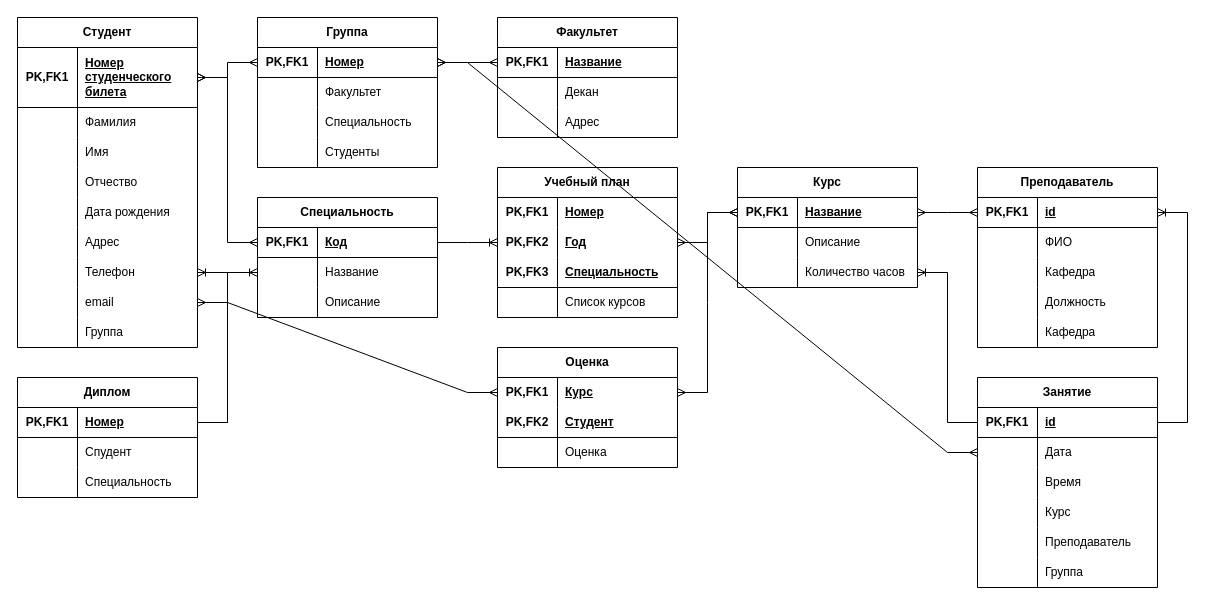
This is up.drawio from minikarha/hueta, a draw.io file, before an edit. Source tidied: cells renumbered, new cells numbered last; positions are measured from the earlier drawing's top-left corner, leaving out a move shared by most shapes. Both pictures are drawn from the tidied source at 100%, with x=0, y=0 at pixel (17, 17).
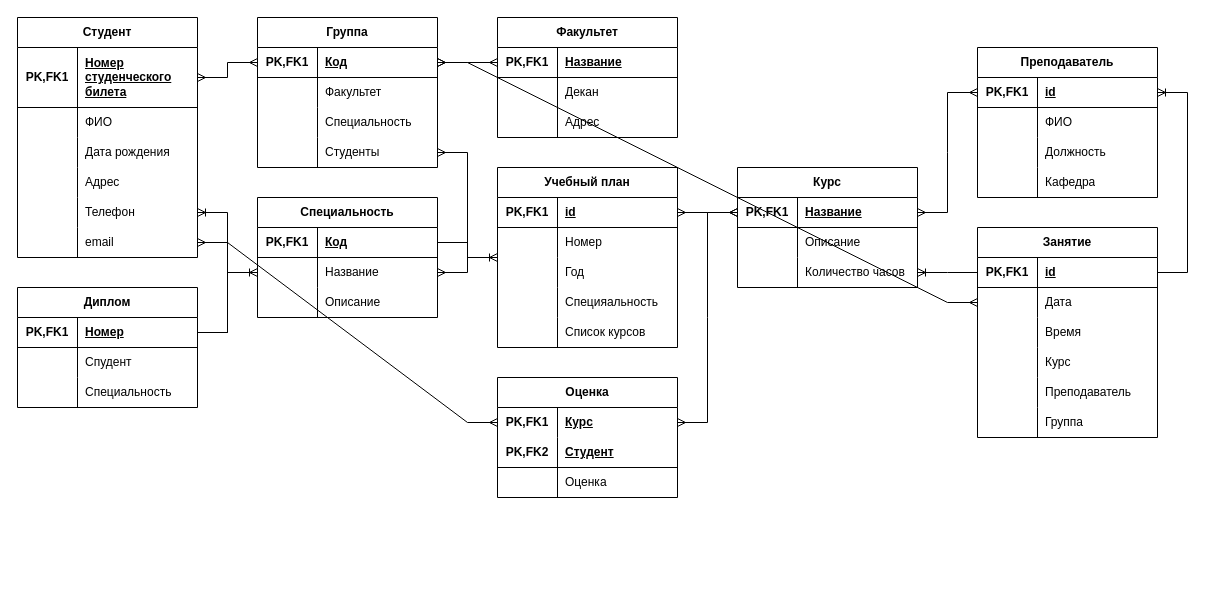
The same page after the edit.

Unchanged cells that the change refers to:
```xml
<mxCell id="3" style="shape=tableRow;horizontal=0;startSize=0;swimlaneHead=0;swimlaneBody=0;fillColor=none;points=[[0,0.5],[1,0.5]];portConstraint=eastwest;top=0;left=0;right=0;bottom=1;html=1;" parent="2" vertex="1">
  <mxGeometry y="30" width="180" height="60" as="geometry" />
</mxCell>
<mxCell id="6" style="shape=tableRow;horizontal=0;startSize=0;swimlaneHead=0;swimlaneBody=0;fillColor=none;top=0;left=0;right=0;bottom=0;html=1;" parent="2" vertex="1">
  <mxGeometry y="90" width="180" height="30" as="geometry" />
</mxCell>
<mxCell id="41" style="shape=tableRow;horizontal=0;startSize=0;swimlaneHead=0;swimlaneBody=0;fillColor=none;points=[[0,0.5],[1,0.5]];portConstraint=eastwest;top=0;left=0;right=0;bottom=1;html=1;" parent="40" vertex="1">
  <mxGeometry y="30" width="180" height="30" as="geometry" />
</mxCell>
<mxCell id="44" style="shape=tableRow;horizontal=0;startSize=0;swimlaneHead=0;swimlaneBody=0;fillColor=none;points=[[0,0.5],[1,0.5]];portConstraint=eastwest;top=0;left=0;right=0;bottom=0;html=1;" parent="40" vertex="1">
  <mxGeometry y="60" width="180" height="30" as="geometry" />
</mxCell>
<mxCell id="51" style="shape=tableRow;horizontal=0;startSize=0;swimlaneHead=0;swimlaneBody=0;fillColor=none;points=[[0,0.5],[1,0.5]];portConstraint=eastwest;top=0;left=0;right=0;bottom=1;html=1;" parent="50" vertex="1">
  <mxGeometry y="30" width="180" height="30" as="geometry" />
</mxCell>
<mxCell id="139" style="shape=tableRow;horizontal=0;startSize=0;swimlaneHead=0;swimlaneBody=0;fillColor=none;points=[[0,0.5],[1,0.5]];portConstraint=eastwest;top=0;left=0;right=0;bottom=1;html=1;" parent="138" vertex="1">
  <mxGeometry y="30" width="180" height="30" as="geometry" />
</mxCell>
<mxCell id="148" style="shape=tableRow;horizontal=0;startSize=0;swimlaneHead=0;swimlaneBody=0;fillColor=none;points=[[0,0.5],[1,0.5]];portConstraint=eastwest;top=0;left=0;right=0;bottom=0;html=1;" parent="138" vertex="1">
  <mxGeometry y="120" width="180" height="30" as="geometry" />
</mxCell>
```

Change to the diagram source:
```diff
@@
     <mxCell id="2" value="Студент" style="shape=table;startSize=30;childLayout=tableLayout;rowLines=0;fontStyle=1;align=center;html=1;whiteSpace=wrap;" parent="1" vertex="1">
-      <mxGeometry width="180" height="330" as="geometry" />
+      <mxGeometry width="180" height="240" as="geometry" />
     </mxCell>
@@
-    <mxCell id="8" value="Фамилия" style="shape=partialRectangle;fillColor=none;top=0;left=0;bottom=0;right=0;align=left;spacingLeft=6;overflow=hidden;html=1;whiteSpace=wrap;" parent="6" vertex="1">
+    <mxCell id="8" value="ФИО" style="shape=partialRectangle;fillColor=none;top=0;left=0;bottom=0;right=0;align=left;spacingLeft=6;overflow=hidden;html=1;whiteSpace=wrap;" parent="6" vertex="1">
       <mxGeometry x="60" width="120" height="30" as="geometry" />
     </mxCell>
-    <mxCell id="9" style="shape=tableRow;horizontal=0;startSize=0;swimlaneHead=0;swimlaneBody=0;fillColor=none;top=0;left=0;right=0;bottom=0;html=1;" parent="2" vertex="1">
-      <mxGeometry y="120" width="180" height="30" as="geometry" />
-    </mxCell>
-    <mxCell id="10" style="shape=partialRectangle;fillColor=none;top=0;left=0;bottom=0;right=0;overflow=hidden;html=1;whiteSpace=wrap;" parent="9" vertex="1">
-      <mxGeometry width="60" height="30" as="geometry" />
-    </mxCell>
-    <mxCell id="11" value="Имя" style="shape=partialRectangle;fillColor=none;top=0;left=0;bottom=0;right=0;align=left;spacingLeft=6;overflow=hidden;html=1;whiteSpace=wrap;" parent="9" vertex="1">
-      <mxGeometry x="60" width="120" height="30" as="geometry" />
-    </mxCell>
-    <mxCell id="12" style="shape=tableRow;horizontal=0;startSize=0;swimlaneHead=0;swimlaneBody=0;fillColor=none;top=0;left=0;right=0;bottom=0;html=1;" parent="2" vertex="1">
-      <mxGeometry y="150" width="180" height="30" as="geometry" />
-    </mxCell>
-    <mxCell id="13" style="shape=partialRectangle;fillColor=none;top=0;left=0;bottom=0;right=0;overflow=hidden;html=1;whiteSpace=wrap;" parent="12" vertex="1">
-      <mxGeometry width="60" height="30" as="geometry" />
-    </mxCell>
-    <mxCell id="14" value="Отчество" style="shape=partialRectangle;fillColor=none;top=0;left=0;bottom=0;right=0;align=left;spacingLeft=6;overflow=hidden;html=1;whiteSpace=wrap;" parent="12" vertex="1">
-      <mxGeometry x="60" width="120" height="30" as="geometry" />
-    </mxCell>
     <mxCell id="15" style="shape=tableRow;horizontal=0;startSize=0;swimlaneHead=0;swimlaneBody=0;fillColor=none;top=0;left=0;right=0;bottom=0;html=1;" parent="2" vertex="1">
-      <mxGeometry y="180" width="180" height="30" as="geometry" />
+      <mxGeometry y="120" width="180" height="30" as="geometry" />
     </mxCell>
@@
     <mxCell id="18" style="shape=tableRow;horizontal=0;startSize=0;swimlaneHead=0;swimlaneBody=0;fillColor=none;top=0;left=0;right=0;bottom=0;html=1;" parent="2" vertex="1">
-      <mxGeometry y="210" width="180" height="30" as="geometry" />
+      <mxGeometry y="150" width="180" height="30" as="geometry" />
     </mxCell>
@@
     <mxCell id="21" style="shape=tableRow;horizontal=0;startSize=0;swimlaneHead=0;swimlaneBody=0;fillColor=none;points=[[0,0.5],[1,0.5]];portConstraint=eastwest;top=0;left=0;right=0;bottom=0;html=1;" parent="2" vertex="1">
-      <mxGeometry y="240" width="180" height="30" as="geometry" />
+      <mxGeometry y="180" width="180" height="30" as="geometry" />
     </mxCell>
@@
     <mxCell id="24" style="shape=tableRow;horizontal=0;startSize=0;swimlaneHead=0;swimlaneBody=0;fillColor=none;points=[[0,0.5],[1,0.5]];portConstraint=eastwest;top=0;left=0;right=0;bottom=0;html=1;" parent="2" vertex="1">
-      <mxGeometry y="270" width="180" height="30" as="geometry" />
+      <mxGeometry y="210" width="180" height="30" as="geometry" />
     </mxCell>
@@
-    <mxCell id="27" style="shape=tableRow;horizontal=0;startSize=0;swimlaneHead=0;swimlaneBody=0;fillColor=none;top=0;left=0;right=0;bottom=0;html=1;" parent="2" vertex="1">
-      <mxGeometry y="300" width="180" height="30" as="geometry" />
-    </mxCell>
-    <mxCell id="28" style="shape=partialRectangle;fillColor=none;top=0;left=0;bottom=0;right=0;overflow=hidden;html=1;whiteSpace=wrap;" parent="27" vertex="1">
-      <mxGeometry width="60" height="30" as="geometry" />
-    </mxCell>
-    <mxCell id="29" value="Группа" style="shape=partialRectangle;fillColor=none;top=0;left=0;bottom=0;right=0;align=left;spacingLeft=6;overflow=hidden;html=1;whiteSpace=wrap;" parent="27" vertex="1">
-      <mxGeometry x="60" width="120" height="30" as="geometry" />
-    </mxCell>
@@
     <mxCell id="60" value="Оценка" style="shape=table;startSize=30;childLayout=tableLayout;rowLines=0;fontStyle=1;align=center;html=1;whiteSpace=wrap;" parent="1" vertex="1">
-      <mxGeometry x="480" y="330" width="180" height="120" as="geometry" />
+      <mxGeometry x="480" y="360" width="180" height="120" as="geometry" />
     </mxCell>
@@
     <mxCell id="70" value="Диплом" style="shape=table;startSize=30;childLayout=tableLayout;rowLines=0;fontStyle=1;align=center;html=1;whiteSpace=wrap;" parent="1" vertex="1">
-      <mxGeometry y="360" width="180" height="120" as="geometry" />
+      <mxGeometry y="270" width="180" height="120" as="geometry" />
     </mxCell>
@@
-    <mxCell id="80" style="edgeStyle=entityRelationEdgeStyle;fontSize=12;html=1;endArrow=ERmany;startArrow=ERmany;rounded=0;entryX=0;entryY=0.5;entryDx=0;entryDy=0;" parent="1" edge="1" source="3" target="41">
+    <mxCell id="80" style="edgeStyle=entityRelationEdgeStyle;fontSize=12;html=1;endArrow=ERmany;startArrow=ERmany;rounded=0;" parent="1" edge="1" source="148" target="44">
       <mxGeometry relative="1" as="geometry" />
     </mxCell>
@@
     <mxCell id="82" value="Учебный план" style="shape=table;startSize=30;childLayout=tableLayout;rowLines=0;fontStyle=1;align=center;html=1;whiteSpace=wrap;" parent="1" vertex="1">
-      <mxGeometry x="480" y="150" width="180" height="150" as="geometry" />
+      <mxGeometry x="480" y="150" width="180" height="180" as="geometry" />
     </mxCell>
-    <mxCell id="83" style="shape=tableRow;horizontal=0;startSize=0;swimlaneHead=0;swimlaneBody=0;fillColor=none;top=0;left=0;right=0;bottom=0;html=1;" parent="82" vertex="1">
-      <mxGeometry y="30" width="180" height="30" as="geometry" />
-    </mxCell>
-    <mxCell id="84" value="PK,FK1" style="shape=partialRectangle;fillColor=none;top=0;left=0;bottom=0;right=0;fontStyle=1;overflow=hidden;html=1;whiteSpace=wrap;" parent="83" vertex="1">
-      <mxGeometry width="60" height="30" as="geometry" />
-    </mxCell>
-    <mxCell id="85" value="Номер" style="shape=partialRectangle;fillColor=none;top=0;left=0;bottom=0;right=0;align=left;spacingLeft=6;fontStyle=5;overflow=hidden;html=1;whiteSpace=wrap;" parent="83" vertex="1">
-      <mxGeometry x="60" width="120" height="30" as="geometry" />
-    </mxCell>
-    <mxCell id="86" style="shape=tableRow;horizontal=0;startSize=0;swimlaneHead=0;swimlaneBody=0;fillColor=none;points=[[0,0.5],[1,0.5]];portConstraint=eastwest;top=0;left=0;right=0;bottom=0;html=1;" parent="82" vertex="1">
-      <mxGeometry y="60" width="180" height="30" as="geometry" />
-    </mxCell>
-    <mxCell id="87" value="PK,FK2" style="shape=partialRectangle;fillColor=none;top=0;left=0;bottom=0;right=0;fontStyle=1;overflow=hidden;html=1;whiteSpace=wrap;" parent="86" vertex="1">
-      <mxGeometry width="60" height="30" as="geometry" />
-    </mxCell>
-    <mxCell id="88" value="Год" style="shape=partialRectangle;fillColor=none;top=0;left=0;bottom=0;right=0;align=left;spacingLeft=6;fontStyle=5;overflow=hidden;html=1;whiteSpace=wrap;" parent="86" vertex="1">
-      <mxGeometry x="60" width="120" height="30" as="geometry" />
-    </mxCell>
     <mxCell id="89" style="shape=tableRow;horizontal=0;startSize=0;swimlaneHead=0;swimlaneBody=0;fillColor=none;top=0;left=0;right=0;bottom=1;html=1;" parent="82" vertex="1">
-      <mxGeometry y="90" width="180" height="30" as="geometry" />
+      <mxGeometry y="30" width="180" height="30" as="geometry" />
     </mxCell>
-    <mxCell id="90" value="PK,FK3" style="shape=partialRectangle;fillColor=none;top=0;left=0;bottom=0;right=0;fontStyle=1;overflow=hidden;html=1;whiteSpace=wrap;" parent="89" vertex="1">
+    <mxCell id="90" value="PK,FK1" style="shape=partialRectangle;fillColor=none;top=0;left=0;bottom=0;right=0;fontStyle=1;overflow=hidden;html=1;whiteSpace=wrap;" parent="89" vertex="1">
       <mxGeometry width="60" height="30" as="geometry" />
     </mxCell>
-    <mxCell id="91" value="Специальность" style="shape=partialRectangle;fillColor=none;top=0;left=0;bottom=0;right=0;align=left;spacingLeft=6;fontStyle=5;overflow=hidden;html=1;whiteSpace=wrap;" parent="89" vertex="1">
+    <mxCell id="91" value="id" style="shape=partialRectangle;fillColor=none;top=0;left=0;bottom=0;right=0;align=left;spacingLeft=6;fontStyle=5;overflow=hidden;html=1;whiteSpace=wrap;" parent="89" vertex="1">
       <mxGeometry x="60" width="120" height="30" as="geometry" />
     </mxCell>
     <mxCell id="92" style="shape=tableRow;horizontal=0;startSize=0;swimlaneHead=0;swimlaneBody=0;fillColor=none;top=0;left=0;right=0;bottom=0;html=1;" parent="82" vertex="1">
-      <mxGeometry y="120" width="180" height="30" as="geometry" />
+      <mxGeometry y="60" width="180" height="30" as="geometry" />
     </mxCell>
@@
-    <mxCell id="94" value="Список курсов" style="shape=partialRectangle;fillColor=none;top=0;left=0;bottom=0;right=0;align=left;spacingLeft=6;overflow=hidden;html=1;whiteSpace=wrap;" parent="92" vertex="1">
+    <mxCell id="94" value="Номер" style="shape=partialRectangle;fillColor=none;top=0;left=0;bottom=0;right=0;align=left;spacingLeft=6;overflow=hidden;html=1;whiteSpace=wrap;" parent="92" vertex="1">
       <mxGeometry x="60" width="120" height="30" as="geometry" />
     </mxCell>
+    <mxCell id="129" style="shape=tableRow;horizontal=0;startSize=0;swimlaneHead=0;swimlaneBody=0;fillColor=none;top=0;left=0;right=0;bottom=0;html=1;" parent="82" vertex="1">
+      <mxGeometry y="90" width="180" height="30" as="geometry" />
+    </mxCell>
+    <mxCell id="154" style="shape=partialRectangle;fillColor=none;top=0;left=0;bottom=0;right=0;overflow=hidden;html=1;whiteSpace=wrap;" parent="129" vertex="1">
+      <mxGeometry width="60" height="30" as="geometry" />
+    </mxCell>
+    <mxCell id="88" value="Год" style="shape=partialRectangle;fillColor=none;top=0;left=0;bottom=0;right=0;align=left;spacingLeft=6;overflow=hidden;html=1;whiteSpace=wrap;" parent="129" vertex="1">
+      <mxGeometry x="60" width="120" height="30" as="geometry" />
+    </mxCell>
+    <mxCell id="9" style="shape=tableRow;horizontal=0;startSize=0;swimlaneHead=0;swimlaneBody=0;fillColor=none;top=0;left=0;right=0;bottom=0;html=1;" parent="82" vertex="1">
+      <mxGeometry y="120" width="180" height="30" as="geometry" />
+    </mxCell>
+    <mxCell id="155" style="shape=partialRectangle;fillColor=none;top=0;left=0;bottom=0;right=0;overflow=hidden;html=1;whiteSpace=wrap;" parent="9" vertex="1">
+      <mxGeometry width="60" height="30" as="geometry" />
+    </mxCell>
+    <mxCell id="156" value="Специяальность" style="shape=partialRectangle;fillColor=none;top=0;left=0;bottom=0;right=0;align=left;spacingLeft=6;overflow=hidden;html=1;whiteSpace=wrap;" parent="9" vertex="1">
+      <mxGeometry x="60" width="120" height="30" as="geometry" />
+    </mxCell>
+    <mxCell id="12" style="shape=tableRow;horizontal=0;startSize=0;swimlaneHead=0;swimlaneBody=0;fillColor=none;top=0;left=0;right=0;bottom=0;html=1;" parent="82" vertex="1">
+      <mxGeometry y="150" width="180" height="30" as="geometry" />
+    </mxCell>
+    <mxCell id="157" style="shape=partialRectangle;fillColor=none;top=0;left=0;bottom=0;right=0;overflow=hidden;html=1;whiteSpace=wrap;" parent="12" vertex="1">
+      <mxGeometry width="60" height="30" as="geometry" />
+    </mxCell>
+    <mxCell id="158" value="Список курсов" style="shape=partialRectangle;fillColor=none;top=0;left=0;bottom=0;right=0;align=left;spacingLeft=6;overflow=hidden;html=1;whiteSpace=wrap;" parent="12" vertex="1">
+      <mxGeometry x="60" width="120" height="30" as="geometry" />
+    </mxCell>
-    <mxCell id="95" style="edgeStyle=entityRelationEdgeStyle;fontSize=12;html=1;endArrow=ERmany;startArrow=ERmany;rounded=0;" parent="1" edge="1" source="86" target="51">
-      <mxGeometry relative="1" as="geometry" />
+    <mxCell id="95" style="edgeStyle=entityRelationEdgeStyle;fontSize=12;html=1;endArrow=ERmany;startArrow=ERmany;rounded=0;" parent="1" edge="1" target="51">
+      <mxGeometry relative="1" as="geometry">
+        <mxPoint x="660" y="195" as="sourcePoint" />
+      </mxGeometry>
     </mxCell>
@@
     <mxCell id="103" value="Занятие" style="shape=table;startSize=30;childLayout=tableLayout;rowLines=0;fontStyle=1;align=center;html=1;whiteSpace=wrap;" parent="1" vertex="1">
-      <mxGeometry x="960" y="360" width="180" height="210" as="geometry" />
+      <mxGeometry x="960" y="210" width="180" height="210" as="geometry" />
     </mxCell>
@@
     <mxCell id="122" value="Преподаватель" style="shape=table;startSize=30;childLayout=tableLayout;rowLines=0;fontStyle=1;align=center;html=1;whiteSpace=wrap;" parent="1" vertex="1">
-      <mxGeometry x="960" y="150" width="180" height="180" as="geometry" />
+      <mxGeometry x="960" y="30" width="180" height="150" as="geometry" />
     </mxCell>
@@
-    <mxCell id="129" style="shape=tableRow;horizontal=0;startSize=0;swimlaneHead=0;swimlaneBody=0;fillColor=none;top=0;left=0;right=0;bottom=0;html=1;" parent="122" vertex="1">
-      <mxGeometry y="90" width="180" height="30" as="geometry" />
-    </mxCell>
-    <mxCell id="130" style="shape=partialRectangle;fillColor=none;top=0;left=0;bottom=0;right=0;overflow=hidden;html=1;whiteSpace=wrap;" parent="129" vertex="1">
-      <mxGeometry width="60" height="30" as="geometry" />
-    </mxCell>
-    <mxCell id="131" value="Кафедра" style="shape=partialRectangle;fillColor=none;top=0;left=0;bottom=0;right=0;align=left;spacingLeft=6;overflow=hidden;html=1;whiteSpace=wrap;" parent="129" vertex="1">
-      <mxGeometry x="60" width="120" height="30" as="geometry" />
-    </mxCell>
     <mxCell id="132" style="shape=tableRow;horizontal=0;startSize=0;swimlaneHead=0;swimlaneBody=0;fillColor=none;top=0;left=0;right=0;bottom=0;html=1;" parent="122" vertex="1">
-      <mxGeometry y="120" width="180" height="30" as="geometry" />
+      <mxGeometry y="90" width="180" height="30" as="geometry" />
     </mxCell>
@@
     <mxCell id="135" style="shape=tableRow;horizontal=0;startSize=0;swimlaneHead=0;swimlaneBody=0;fillColor=none;top=0;left=0;right=0;bottom=0;html=1;" parent="122" vertex="1">
-      <mxGeometry y="150" width="180" height="30" as="geometry" />
+      <mxGeometry y="120" width="180" height="30" as="geometry" />
     </mxCell>
@@
-    <mxCell id="141" value="Номер" style="shape=partialRectangle;fillColor=none;top=0;left=0;bottom=0;right=0;align=left;spacingLeft=6;fontStyle=5;overflow=hidden;html=1;whiteSpace=wrap;" parent="139" vertex="1">
+    <mxCell id="141" value="Код" style="shape=partialRectangle;fillColor=none;top=0;left=0;bottom=0;right=0;align=left;spacingLeft=6;fontStyle=5;overflow=hidden;html=1;whiteSpace=wrap;" parent="139" vertex="1">
       <mxGeometry x="60" width="120" height="30" as="geometry" />
     </mxCell>
```
